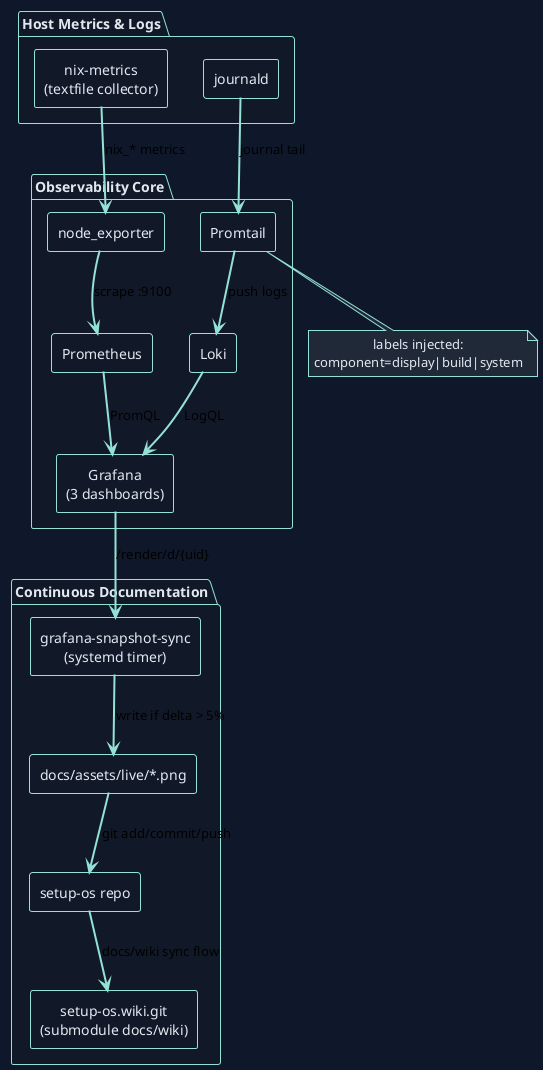
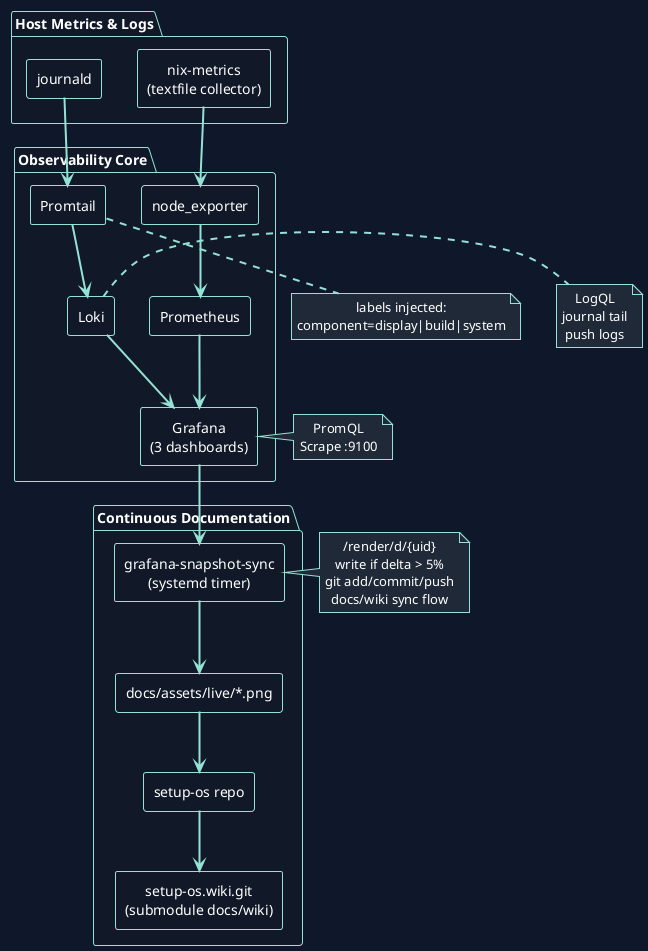
@startuml
!theme plain
skinparam backgroundColor #0f172a
skinparam defaultTextAlignment center
+ skinparam defaultFontColor #ffffff
+ skinparam ArrowFontColor #ffffff
skinparam ArrowColor #94e2d5
skinparam ArrowThickness 2
skinparam packageBorderColor #94e2d5
skinparam packageBackgroundColor #111827
- skinparam packageFontColor #e2e8f0
+ skinparam packageFontColor #ffffff
+ skinparam packageArrowFontColor #ffffff
skinparam rectangleBorderColor #94e2d5
skinparam rectangleBackgroundColor #111827
- skinparam rectangleFontColor #e2e8f0
+ skinparam rectangleFontColor #ffffff
+ skinparam rectangleArrowFontColor #ffffff
skinparam noteBackgroundColor #1f2937
skinparam noteBorderColor #94e2d5
- skinparam noteFontColor #e2e8f0
+ skinparam noteFontColor #ffffff

package "Host Metrics & Logs" {
  rectangle "nix-metrics\n(textfile collector)" as nix_metrics
  rectangle "journald" as journald
}

package "Observability Core" {
  rectangle "node_exporter" as node_exporter
  rectangle "Prometheus" as prometheus
  rectangle "Promtail" as promtail
  rectangle "Loki" as loki
  rectangle "Grafana\n(3 dashboards)" as grafana
}

package "Continuous Documentation" {
  rectangle "grafana-snapshot-sync\n(systemd timer)" as snapshot
  rectangle "docs/assets/live/*.png" as pngs
  rectangle "setup-os repo" as repo
  rectangle "setup-os.wiki.git\n(submodule docs/wiki)" as wiki
}

- nix_metrics --> node_exporter : nix_* metrics
- node_exporter --> prometheus : scrape :9100
- prometheus --> grafana : PromQL
+ nix_metrics --> node_exporter

- journald --> promtail : journal tail
- promtail --> loki : push logs
- loki --> grafana : LogQL
+ node_exporter --> prometheus

- grafana --> snapshot : /render/d/{uid}
- snapshot --> pngs : write if delta > 5%
- pngs --> repo : git add/commit/push
- repo --> wiki : docs/wiki sync flow
+ prometheus --> grafana
+ 
+ note right of grafana
+ PromQL
+ Scrape :9100
+ end note
+ 
+ journald --> promtail
+ 
+ promtail --> loki
+ 
+ loki --> grafana
+ 
+ note right of loki
+ LogQL
+ journal tail
+ push logs
+ end note
+ 
+ grafana --> snapshot
+ 
+ snapshot --> pngs
+ 
+ pngs --> repo
+ 
+ repo --> wiki
+ 
+ note right of snapshot
+ /render/d/{uid}
+ write if delta > 5%
+ git add/commit/push
+ docs/wiki sync flow
+ end note

note bottom of promtail
labels injected:
component=display|build|system
end note

@enduml
